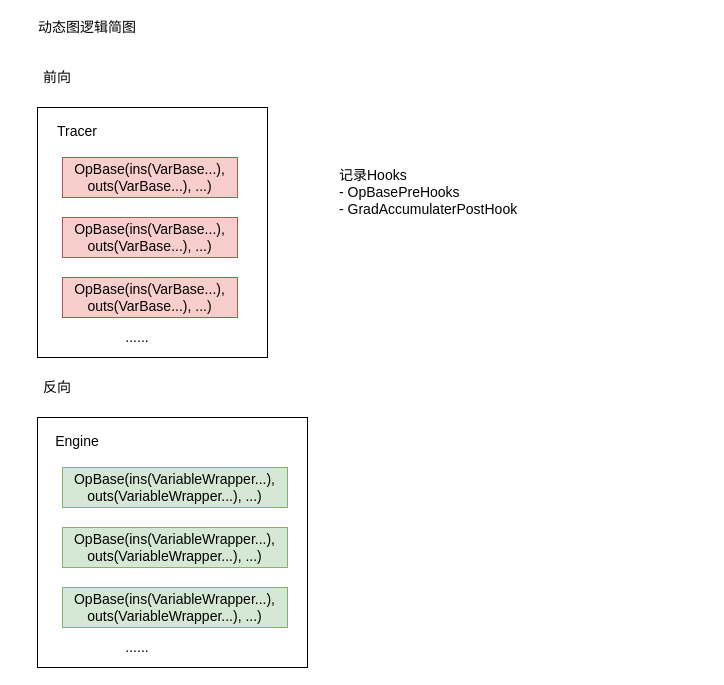
Above: page "Page-5" (5 of 5) of hooks.drawio in chenwhql/diagrams (draw.io), before the change. Source tidied: cells renumbered, new cells numbered last; positions are measured from the earlier drawing's top-left corner, leaving out a move shared by most shapes. Both pictures are drawn from the tidied source at 100%, with x=0, y=0 at pixel (17, 17).
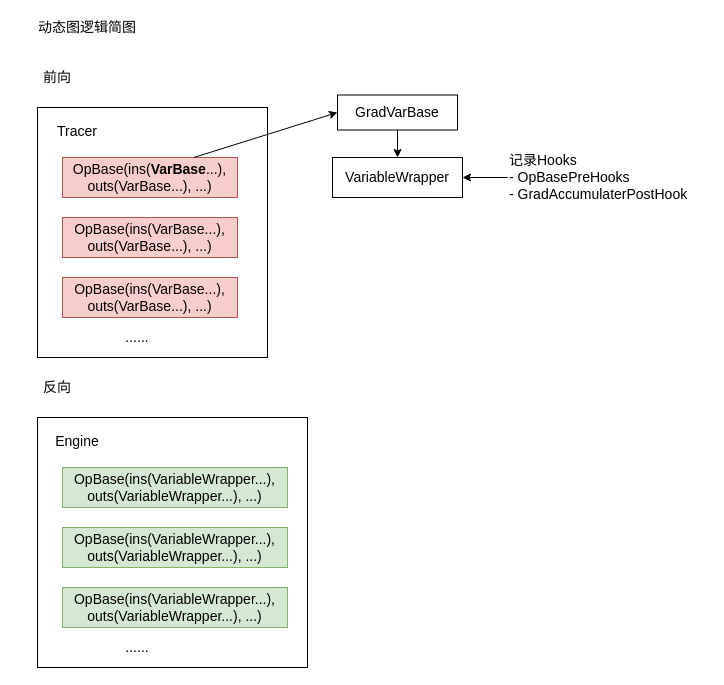
The same page after the edit.

Change to the diagram source:
```diff
@@
-    <mxCell id="7" value="OpBase(ins(VarBase...), outs(VarBase...), ...)" style="text;html=1;strokeColor=#b85450;fillColor=#f8cecc;align=center;verticalAlign=middle;whiteSpace=wrap;rounded=0;fontSize=14;" parent="1" vertex="1">
+    <mxCell id="7" value="OpBase(ins(&lt;b&gt;VarBase&lt;/b&gt;...), outs(VarBase...), ...)" style="text;html=1;strokeColor=#b85450;fillColor=#f8cecc;align=center;verticalAlign=middle;whiteSpace=wrap;rounded=0;fontSize=14;" parent="1" vertex="1">
       <mxGeometry x="45" y="140" width="175" height="40" as="geometry" />
     </mxCell>
@@
+    <mxCell id="18" style="edgeStyle=orthogonalEdgeStyle;rounded=0;jettySize=auto;html=1;exitX=0;exitY=0.5;exitDx=0;exitDy=0;entryX=1;entryY=0.5;entryDx=0;entryDy=0;endArrow=classic;endFill=1;strokeWidth=1;fontSize=14;" parent="1" edge="1" source="17" target="19">
+      <mxGeometry relative="1" as="geometry" />
+    </mxCell>
     <mxCell id="17" value="记录Hooks&lt;br&gt;- OpBasePreHooks&lt;br&gt;- GradAccumulaterPostHook" style="text;html=1;strokeColor=none;fillColor=none;align=left;verticalAlign=middle;whiteSpace=wrap;rounded=0;fontSize=14;" parent="1" vertex="1">
-      <mxGeometry x="320" y="130" width="210" height="90" as="geometry" />
+      <mxGeometry x="490" y="115" width="200" height="90" as="geometry" />
     </mxCell>
+    <mxCell id="19" value="VariableWrapper" style="rounded=0;whiteSpace=wrap;html=1;strokeColor=#000000;fillColor=none;fontSize=14;" parent="1" vertex="1">
+      <mxGeometry x="315" y="140" width="130" height="40" as="geometry" />
+    </mxCell>
+    <mxCell id="20" style="edgeStyle=orthogonalEdgeStyle;rounded=0;jettySize=auto;html=1;endArrow=classic;endFill=1;strokeWidth=1;fontSize=14;" parent="1" edge="1" source="21" target="19">
+      <mxGeometry relative="1" as="geometry" />
+    </mxCell>
+    <mxCell id="21" value="GradVarBase" style="rounded=0;whiteSpace=wrap;html=1;strokeColor=#000000;fillColor=none;fontSize=14;" parent="1" vertex="1">
+      <mxGeometry x="320" y="77.5" width="120" height="35" as="geometry" />
+    </mxCell>
+    <mxCell id="22" style="endArrow=classic;html=1;strokeWidth=1;fontSize=14;exitX=0.75;exitY=0;exitDx=0;exitDy=0;entryX=0;entryY=0.5;entryDx=0;entryDy=0;" parent="1" edge="1" source="7" target="21">
+      <mxGeometry relative="1" as="geometry" />
+    </mxCell>
```
